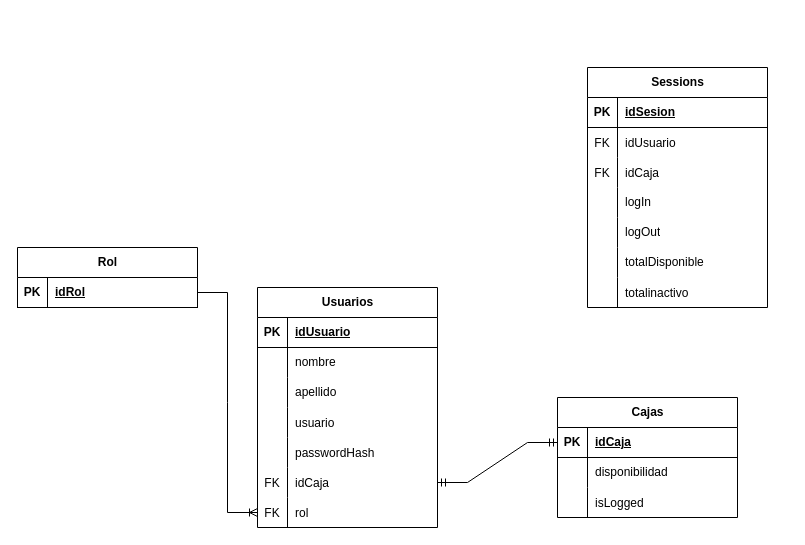
Before: Cashier-Queue.drawio in tutedcs/cachier-queue-api, a draw.io diagram. Source tidied: cells renumbered, new cells numbered last; positions are measured from the earlier drawing's top-left corner, leaving out a move shared by most shapes. Both pictures are drawn from the tidied source at 100%, with x=0, y=0 at pixel (17, 67).
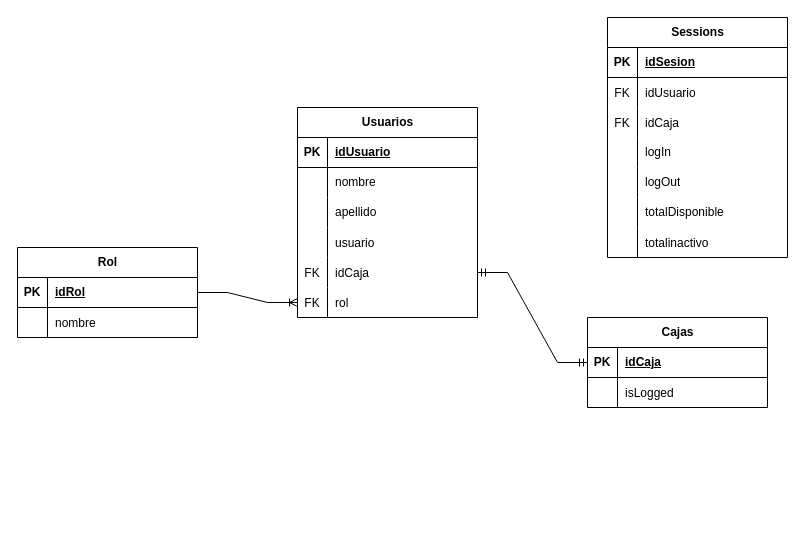
The same diagram, later.

The edit, as a diff of the source:
```diff
@@
     <mxCell id="2" value="Usuarios" style="shape=table;startSize=30;childLayout=tableLayout;rowLines=0;fontStyle=1;align=center;html=1;" parent="1" vertex="1">
-      <mxGeometry x="240" y="220" width="180" height="240" as="geometry" />
+      <mxGeometry x="280" y="40" width="180" height="210" as="geometry" />
     </mxCell>
@@
-    <mxCell id="15" style="shape=tableRow;horizontal=0;startSize=0;swimlaneHead=0;swimlaneBody=0;fillColor=none;top=0;left=0;right=0;bottom=0;" parent="2" vertex="1">
-      <mxGeometry y="150" width="180" height="30" as="geometry" />
-    </mxCell>
-    <mxCell id="16" style="shape=partialRectangle;fillColor=none;top=0;left=0;bottom=0;right=0;overflow=hidden;" parent="15" vertex="1">
-      <mxGeometry width="30" height="30" as="geometry" />
-    </mxCell>
-    <mxCell id="17" value="passwordHash" style="shape=partialRectangle;fillColor=none;top=0;left=0;bottom=0;right=0;align=left;spacingLeft=6;overflow=hidden;" parent="15" vertex="1">
-      <mxGeometry x="30" width="150" height="30" as="geometry" />
-    </mxCell>
     <mxCell id="18" style="shape=tableRow;horizontal=0;startSize=0;swimlaneHead=0;swimlaneBody=0;fillColor=none;points=[[0,0.5],[1,0.5]];portConstraint=eastwest;top=0;left=0;right=0;bottom=0;" parent="2" vertex="1">
-      <mxGeometry y="180" width="180" height="30" as="geometry" />
+      <mxGeometry y="150" width="180" height="30" as="geometry" />
     </mxCell>
@@
     <mxCell id="21" style="shape=tableRow;horizontal=0;startSize=0;swimlaneHead=0;swimlaneBody=0;fillColor=none;points=[[0,0.5],[1,0.5]];portConstraint=eastwest;top=0;left=0;right=0;bottom=0;" parent="2" vertex="1">
-      <mxGeometry y="210" width="180" height="30" as="geometry" />
+      <mxGeometry y="180" width="180" height="30" as="geometry" />
     </mxCell>
@@
     <mxCell id="24" value="Sessions" style="shape=table;startSize=30;childLayout=tableLayout;rowLines=0;fontStyle=1;align=center;html=1;" parent="1" vertex="1">
-      <mxGeometry x="570" width="180" height="240" as="geometry" />
+      <mxGeometry x="590" y="-50" width="180" height="240" as="geometry" />
     </mxCell>
@@
     <mxCell id="46" value="Rol" style="shape=table;startSize=30;childLayout=tableLayout;rowLines=0;fontStyle=1;align=center;html=1;" parent="1" vertex="1">
-      <mxGeometry y="180" width="180" height="60" as="geometry" />
+      <mxGeometry y="180" width="180" height="90" as="geometry" />
     </mxCell>
@@
+    <mxCell id="55" style="shape=tableRow;horizontal=0;startSize=0;swimlaneHead=0;swimlaneBody=0;fillColor=none;top=0;left=0;right=0;bottom=0;" parent="46" vertex="1">
+      <mxGeometry y="60" width="180" height="30" as="geometry" />
+    </mxCell>
+    <mxCell id="16" style="shape=partialRectangle;fillColor=none;top=0;left=0;bottom=0;right=0;overflow=hidden;" parent="55" vertex="1">
+      <mxGeometry width="30" height="30" as="geometry" />
+    </mxCell>
+    <mxCell id="62" value="nombre" style="shape=partialRectangle;fillColor=none;top=0;left=0;bottom=0;right=0;align=left;spacingLeft=6;overflow=hidden;" parent="55" vertex="1">
+      <mxGeometry x="30" width="150" height="30" as="geometry" />
+    </mxCell>
@@
     <mxCell id="51" value="Cajas" style="shape=table;startSize=30;childLayout=tableLayout;rowLines=0;fontStyle=1;align=center;html=1;" parent="1" vertex="1">
-      <mxGeometry x="540" y="330" width="180" height="120" as="geometry" />
+      <mxGeometry x="570" y="250" width="180" height="90" as="geometry" />
     </mxCell>
@@
-    <mxCell id="55" style="shape=tableRow;horizontal=0;startSize=0;swimlaneHead=0;swimlaneBody=0;fillColor=none;top=0;left=0;right=0;bottom=0;" parent="51" vertex="1">
-      <mxGeometry y="60" width="180" height="30" as="geometry" />
-    </mxCell>
-    <mxCell id="56" style="shape=partialRectangle;fillColor=none;top=0;left=0;bottom=0;right=0;overflow=hidden;whiteSpace=wrap;html=1;" parent="55" vertex="1">
-      <mxGeometry width="30" height="30" as="geometry" />
-    </mxCell>
-    <mxCell id="57" value="disponibilidad" style="shape=partialRectangle;fillColor=none;top=0;left=0;bottom=0;right=0;align=left;spacingLeft=6;overflow=hidden;whiteSpace=wrap;html=1;" parent="55" vertex="1">
-      <mxGeometry x="30" width="150" height="30" as="geometry" />
-    </mxCell>
     <mxCell id="58" style="shape=tableRow;horizontal=0;startSize=0;swimlaneHead=0;swimlaneBody=0;fillColor=none;top=0;left=0;right=0;bottom=0;" parent="51" vertex="1">
-      <mxGeometry y="90" width="180" height="30" as="geometry" />
+      <mxGeometry y="60" width="180" height="30" as="geometry" />
     </mxCell>
```
